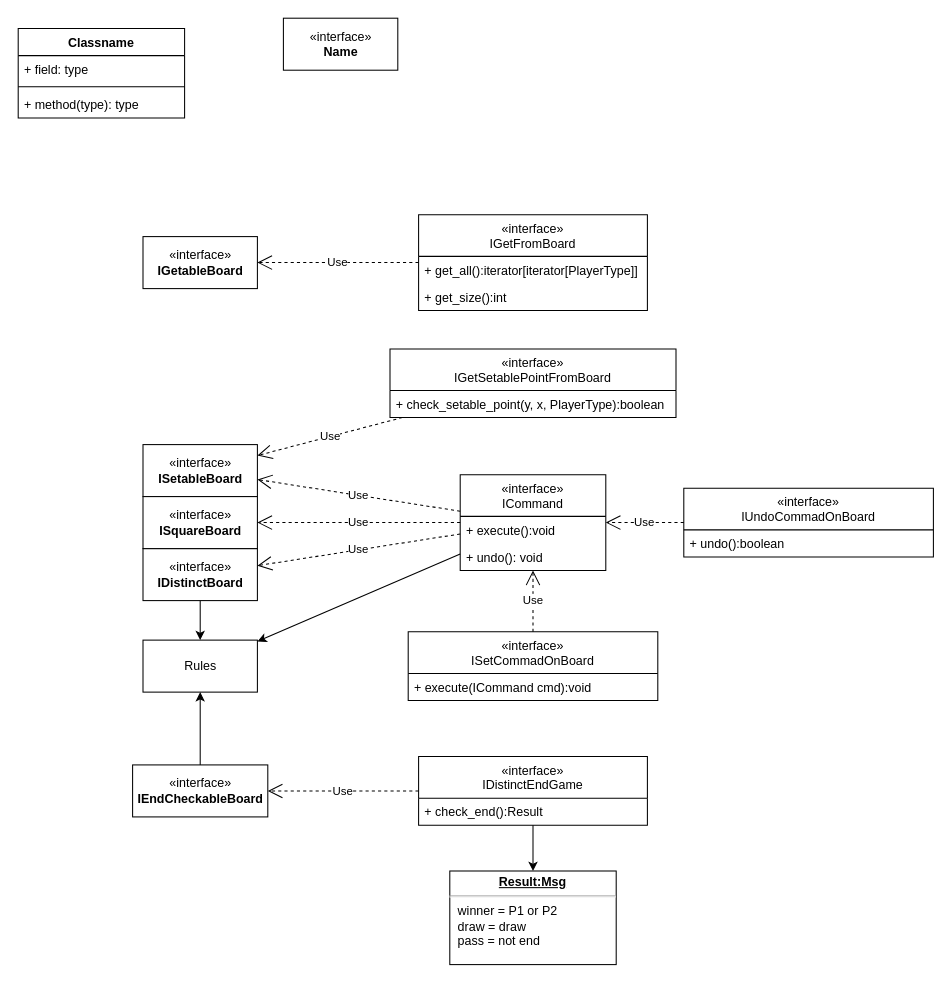
Before: Applications/App구조.drawio in TakHyunsik/Clean_Tictactoe, a draw.io diagram. Source tidied: cells renumbered, new cells numbered last; positions are measured from the earlier drawing's top-left corner, leaving out a move shared by most shapes. Both pictures are drawn from the tidied source at 104%, with x=0, y=0 at pixel (18, 18).
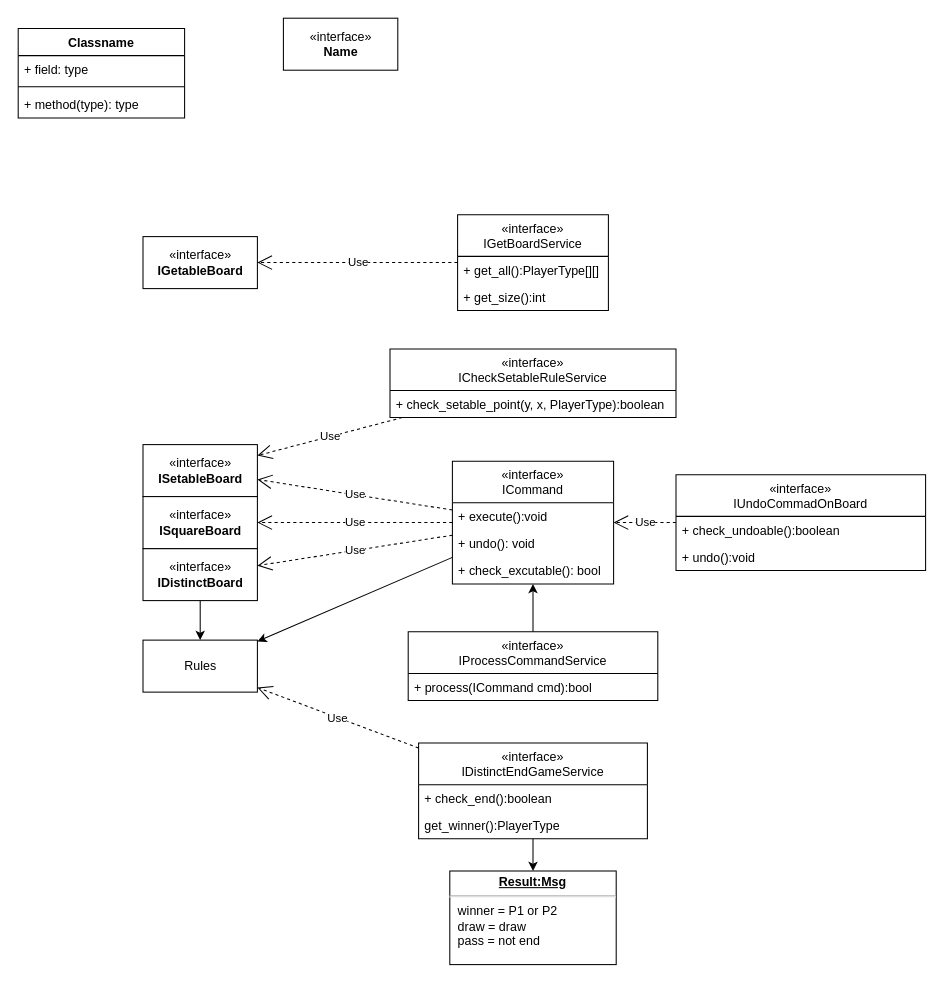
Above is the later version.

Unchanged cells that the change refers to:
```xml
<mxCell id="36" value="Rules" style="html=1;" parent="1" vertex="1">
  <mxGeometry x="120" y="598" width="110" height="50" as="geometry" />
</mxCell>
```

Diff of the diagram source:
```diff
@@
     <mxCell id="7" value="«interface»&#10;ICommand" style="swimlane;fontStyle=0;horizontal=1;startSize=40;fillColor=none;" parent="1" vertex="1">
-      <mxGeometry x="425" y="439" width="140" height="92" as="geometry" />
+      <mxGeometry x="417.5" y="426" width="155" height="118" as="geometry" />
     </mxCell>
     <mxCell id="8" value="+ execute():void" style="text;strokeColor=none;fillColor=none;align=left;verticalAlign=top;spacingLeft=4;spacingRight=4;overflow=hidden;" parent="7" vertex="1">
-      <mxGeometry y="40" width="140" height="26" as="geometry" />
+      <mxGeometry y="40" width="155" height="26" as="geometry" />
     </mxCell>
+    <mxCell id="40" value="+ undo(): void" style="text;strokeColor=none;fillColor=none;align=left;verticalAlign=top;spacingLeft=4;spacingRight=4;overflow=hidden;" parent="7" vertex="1">
+      <mxGeometry y="66" width="155" height="26" as="geometry" />
+    </mxCell>
-    <mxCell id="9" value="+ undo(): void" style="text;strokeColor=none;fillColor=none;align=left;verticalAlign=top;spacingLeft=4;spacingRight=4;overflow=hidden;" parent="7" vertex="1">
-      <mxGeometry y="66" width="140" height="26" as="geometry" />
+    <mxCell id="9" value="+ check_excutable(): bool" style="text;strokeColor=none;fillColor=none;align=left;verticalAlign=top;spacingLeft=4;spacingRight=4;overflow=hidden;" parent="7" vertex="1">
+      <mxGeometry y="92" width="155" height="26" as="geometry" />
     </mxCell>
@@
-    <mxCell id="11" value="«interface»&#10;IGetFromBoard" style="swimlane;fontStyle=0;horizontal=1;startSize=40;fillColor=none;" parent="1" vertex="1">
-      <mxGeometry x="385" y="189" width="220" height="92" as="geometry" />
+    <mxCell id="11" value="«interface»&#10;IGetBoardService" style="swimlane;fontStyle=0;horizontal=1;startSize=40;fillColor=none;" parent="1" vertex="1">
+      <mxGeometry x="422.5" y="189" width="145" height="92" as="geometry" />
     </mxCell>
-    <mxCell id="12" value="+ get_all():iterator[iterator[PlayerType]] " style="text;strokeColor=none;fillColor=none;align=left;verticalAlign=top;spacingLeft=4;spacingRight=4;overflow=hidden;" parent="11" vertex="1">
-      <mxGeometry y="40" width="220" height="26" as="geometry" />
+    <mxCell id="12" value="+ get_all():PlayerType[][]" style="text;strokeColor=none;fillColor=none;align=left;verticalAlign=top;spacingLeft=4;spacingRight=4;overflow=hidden;" parent="11" vertex="1">
+      <mxGeometry y="40" width="145" height="26" as="geometry" />
     </mxCell>
     <mxCell id="13" value="+ get_size():int" style="text;strokeColor=none;fillColor=none;align=left;verticalAlign=top;spacingLeft=4;spacingRight=4;overflow=hidden;" parent="11" vertex="1">
-      <mxGeometry y="66" width="220" height="26" as="geometry" />
+      <mxGeometry y="66" width="145" height="26" as="geometry" />
     </mxCell>
+    <mxCell id="32" style="edgeStyle=none;html=1;" parent="1" edge="1" source="14" target="7">
+      <mxGeometry relative="1" as="geometry" />
+    </mxCell>
-    <mxCell id="14" value="«interface»&#10;ISetCommadOnBoard" style="swimlane;fontStyle=0;horizontal=1;startSize=40;fillColor=none;" parent="1" vertex="1">
+    <mxCell id="14" value="«interface»&#10;IProcessCommandService" style="swimlane;fontStyle=0;horizontal=1;startSize=40;fillColor=none;" parent="1" vertex="1">
       <mxGeometry x="375" y="590" width="240" height="66" as="geometry" />
     </mxCell>
-    <mxCell id="15" value="+ execute(ICommand cmd):void" style="text;strokeColor=none;fillColor=none;align=left;verticalAlign=top;spacingLeft=4;spacingRight=4;overflow=hidden;" parent="14" vertex="1">
+    <mxCell id="15" value="+ process(ICommand cmd):bool" style="text;strokeColor=none;fillColor=none;align=left;verticalAlign=top;spacingLeft=4;spacingRight=4;overflow=hidden;" parent="14" vertex="1">
       <mxGeometry y="40" width="240" height="26" as="geometry" />
     </mxCell>
@@
-    <mxCell id="19" value="«interface»&#10;IDistinctEndGame" style="swimlane;fontStyle=0;horizontal=1;startSize=40;fillColor=none;" parent="1" vertex="1">
-      <mxGeometry x="385" y="710" width="220" height="66" as="geometry" />
+    <mxCell id="19" value="«interface»&#10;IDistinctEndGameService" style="swimlane;fontStyle=0;horizontal=1;startSize=40;fillColor=none;" parent="1" vertex="1">
+      <mxGeometry x="385" y="697" width="220" height="92" as="geometry" />
     </mxCell>
+    <mxCell id="41" value="+ check_end():boolean" style="text;strokeColor=none;fillColor=none;align=left;verticalAlign=top;spacingLeft=4;spacingRight=4;overflow=hidden;" parent="19" vertex="1">
+      <mxGeometry y="40" width="220" height="26" as="geometry" />
+    </mxCell>
-    <mxCell id="20" value="+ check_end():Result " style="text;strokeColor=none;fillColor=none;align=left;verticalAlign=top;spacingLeft=4;spacingRight=4;overflow=hidden;" parent="19" vertex="1">
-      <mxGeometry y="40" width="220" height="26" as="geometry" />
+    <mxCell id="20" value="get_winner():PlayerType" style="text;strokeColor=none;fillColor=none;align=left;verticalAlign=top;spacingLeft=4;spacingRight=4;overflow=hidden;" parent="19" vertex="1">
+      <mxGeometry y="66" width="220" height="26" as="geometry" />
     </mxCell>
@@
-    <mxCell id="22" style="edgeStyle=none;html=1;" parent="1" edge="1" source="23" target="36">
-      <mxGeometry relative="1" as="geometry" />
-    </mxCell>
-    <mxCell id="23" value="«interface»&lt;br&gt;&lt;b&gt;IEndCheckableBoard&lt;/b&gt;" style="html=1;" parent="1" vertex="1">
-      <mxGeometry x="110" y="718" width="130" height="50" as="geometry" />
-    </mxCell>
-    <mxCell id="24" value="Use" style="endArrow=open;endSize=12;dashed=1;html=1;" parent="1" edge="1" source="19" target="23">
+    <mxCell id="24" value="Use" style="endArrow=open;endSize=12;dashed=1;html=1;" parent="1" edge="1" source="19" target="36">
       <mxGeometry relative="1" as="geometry" />
     </mxCell>
@@
-    <mxCell id="32" value="Use" style="endArrow=open;endSize=12;dashed=1;html=1;" parent="1" edge="1" source="14" target="7">
-      <mxGeometry relative="1" as="geometry" />
-    </mxCell>
     <mxCell id="33" value="«interface»&#10;IUndoCommadOnBoard" style="swimlane;fontStyle=0;horizontal=1;startSize=40;fillColor=none;" parent="1" vertex="1">
-      <mxGeometry x="640" y="452" width="240" height="66" as="geometry" />
+      <mxGeometry x="632.5" y="439" width="240" height="92" as="geometry" />
     </mxCell>
-    <mxCell id="34" value="+ undo():boolean" style="text;strokeColor=none;fillColor=none;align=left;verticalAlign=top;spacingLeft=4;spacingRight=4;overflow=hidden;" parent="33" vertex="1">
+    <mxCell id="34" value="+ check_undoable():boolean" style="text;strokeColor=none;fillColor=none;align=left;verticalAlign=top;spacingLeft=4;spacingRight=4;overflow=hidden;" parent="33" vertex="1">
       <mxGeometry y="40" width="240" height="26" as="geometry" />
     </mxCell>
+    <mxCell id="42" value="+ undo():void" style="text;strokeColor=none;fillColor=none;align=left;verticalAlign=top;spacingLeft=4;spacingRight=4;overflow=hidden;" parent="33" vertex="1">
+      <mxGeometry y="66" width="240" height="26" as="geometry" />
+    </mxCell>
@@
-    <mxCell id="37" value="«interface»&#10;IGetSetablePointFromBoard" style="swimlane;fontStyle=0;horizontal=1;startSize=40;fillColor=none;" parent="1" vertex="1">
+    <mxCell id="37" value="«interface»&#10;ICheckSetableRuleService" style="swimlane;fontStyle=0;horizontal=1;startSize=40;fillColor=none;" parent="1" vertex="1">
       <mxGeometry x="357.5" y="318" width="275" height="66" as="geometry" />
     </mxCell>
```
